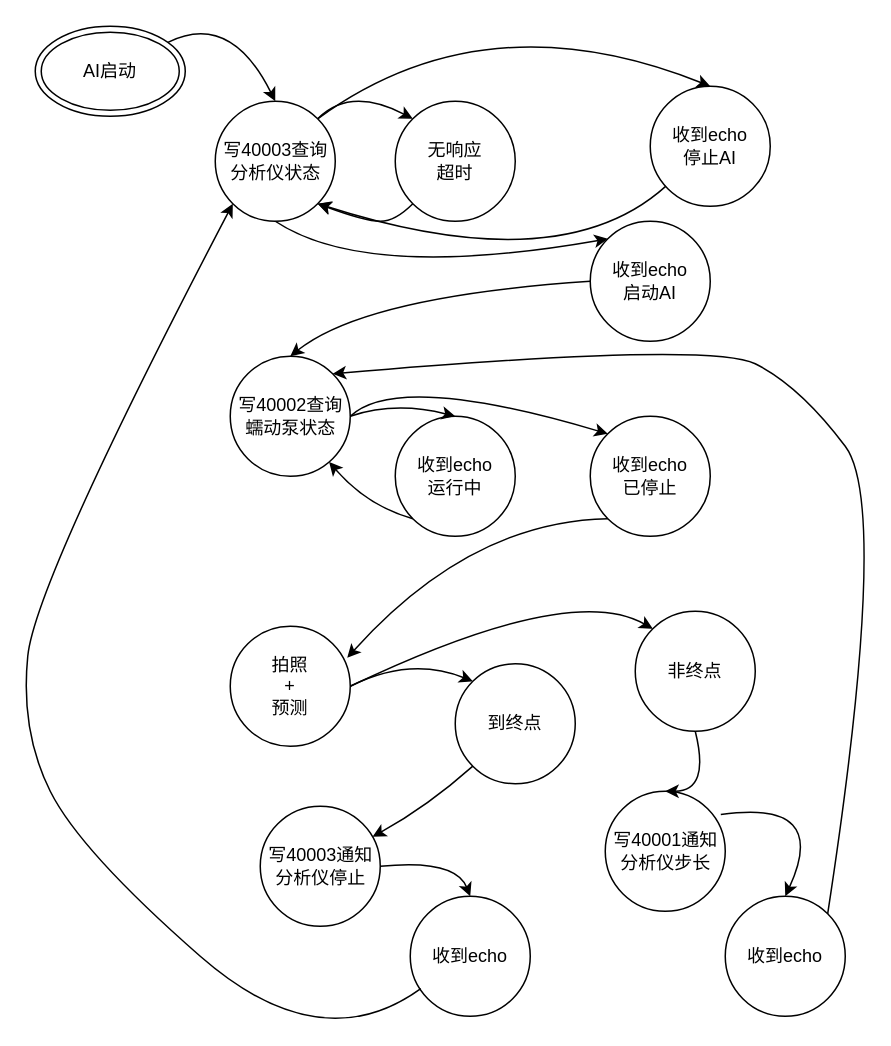
Earlier version of the draw.io diagram page "Page-2" (2 of 3) of stage-machine.drawio (roocoding/my_todo). Source tidied: cells renumbered, new cells numbered last; positions are measured from the earlier drawing's top-left corner, leaving out a move shared by most shapes. Both pictures are drawn from the tidied source at 150%, with x=0, y=0 at pixel (20, -4).
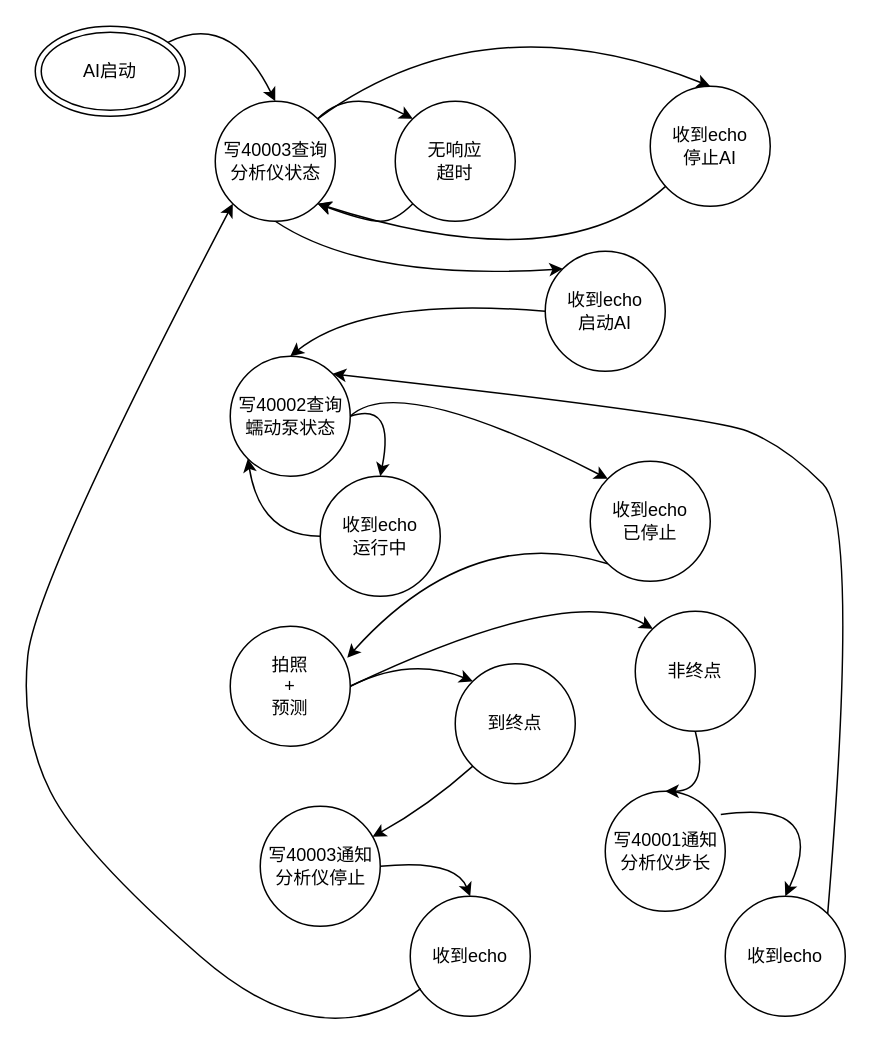
The same page after the edit.

The change refers to these unchanged cells:
```xml
<mxCell id="13" value="写40002查询&lt;br&gt;蠕动泵状态" style="shape=ellipse;html=1;dashed=0;whitespace=wrap;perimeter=ellipsePerimeter;" parent="1" vertex="1">
  <mxGeometry x="140" y="240" width="80" height="80" as="geometry" />
</mxCell>
<mxCell id="32" value="收到echo&lt;br&gt;" style="ellipse;whiteSpace=wrap;html=1;" parent="1" vertex="1">
  <mxGeometry x="470" y="600" width="80" height="80" as="geometry" />
</mxCell>
```

What changed in the source:
```diff
@@
     <mxCell id="11" value="收到echo&lt;br&gt;启动AI" style="ellipse;whiteSpace=wrap;html=1;" parent="1" vertex="1">
-      <mxGeometry x="380" y="150" width="80" height="80" as="geometry" />
+      <mxGeometry x="350" y="170" width="80" height="80" as="geometry" />
     </mxCell>
@@
     <mxCell id="15" value="收到echo&lt;br&gt;运行中" style="ellipse;whiteSpace=wrap;html=1;" parent="1" vertex="1">
-      <mxGeometry x="250" y="280" width="80" height="80" as="geometry" />
+      <mxGeometry x="200" y="320" width="80" height="80" as="geometry" />
     </mxCell>
@@
-    <mxCell id="17" style="curved=1;endArrow=none;html=1;rounded=0;startArrow=classic;startFill=1;endFill=0;entryX=0;entryY=1;entryDx=0;entryDy=0;" parent="1" edge="1" source="13" target="15">
+    <mxCell id="17" style="curved=1;endArrow=none;html=1;rounded=0;startArrow=classic;startFill=1;endFill=0;exitX=0;exitY=1;exitDx=0;exitDy=0;entryX=0;entryY=0.5;entryDx=0;entryDy=0;" parent="1" edge="1" source="13" target="15">
       <mxGeometry relative="1" as="geometry">
         <Array as="points">
-          <mxPoint x="231.7" y="340" />
+          <mxPoint x="160" y="360" />
         </Array>
       </mxGeometry>
     </mxCell>
     <mxCell id="18" value="收到echo&lt;br&gt;已停止" style="ellipse;whiteSpace=wrap;html=1;" parent="1" vertex="1">
-      <mxGeometry x="380" y="280" width="80" height="80" as="geometry" />
+      <mxGeometry x="380" y="310" width="80" height="80" as="geometry" />
     </mxCell>
@@
     <mxCell id="35" style="curved=1;endArrow=classic;html=1;rounded=0;exitX=1;exitY=0;exitDx=0;exitDy=0;entryX=1;entryY=0;entryDx=0;entryDy=0;" parent="1" edge="1" source="32" target="13">
       <mxGeometry relative="1" as="geometry">
         <Array as="points">
-          <mxPoint x="580" y="340" />
-          <mxPoint x="520" y="260" />
-          <mxPoint x="460" y="230" />
+          <mxPoint x="560" y="350" />
+          <mxPoint x="510" y="300" />
+          <mxPoint x="460" y="280" />
         </Array>
       </mxGeometry>
     </mxCell>
```
